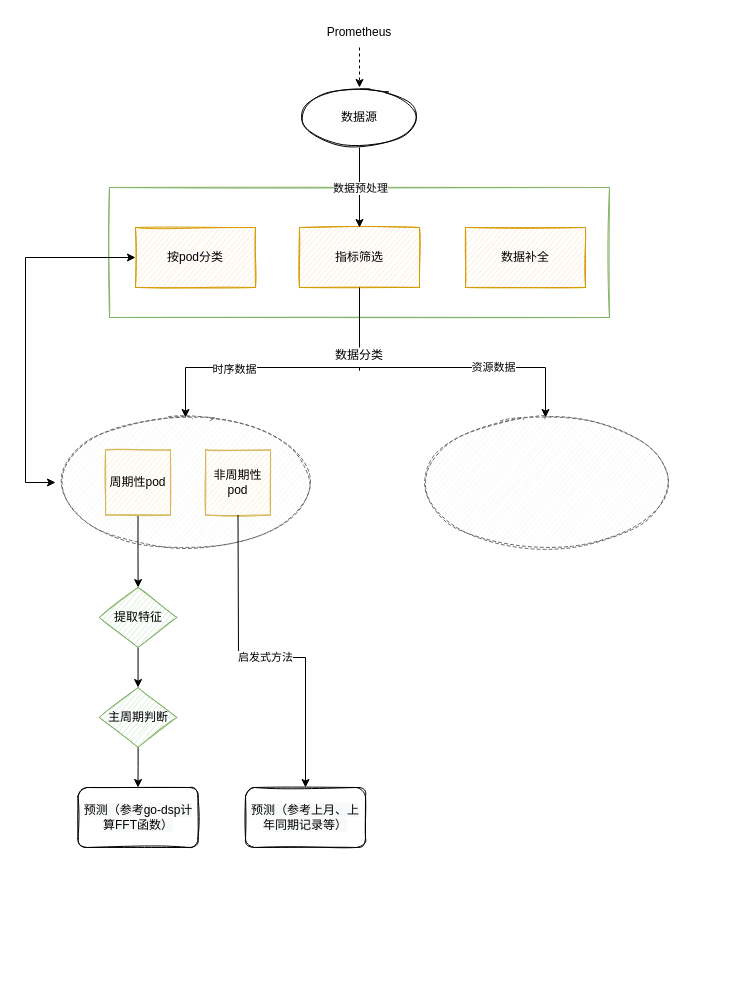
This is page "Page-1" (1 of 2) of Untitled Diagram.drawio from 20160920/draw-picture, a draw.io file, before an edit. Source tidied: cells renumbered, new cells numbered last; positions are measured from the earlier drawing's top-left corner, leaving out a move shared by most shapes. Both pictures are drawn from the tidied source at 100%, with x=0, y=0 at pixel (25, 17).
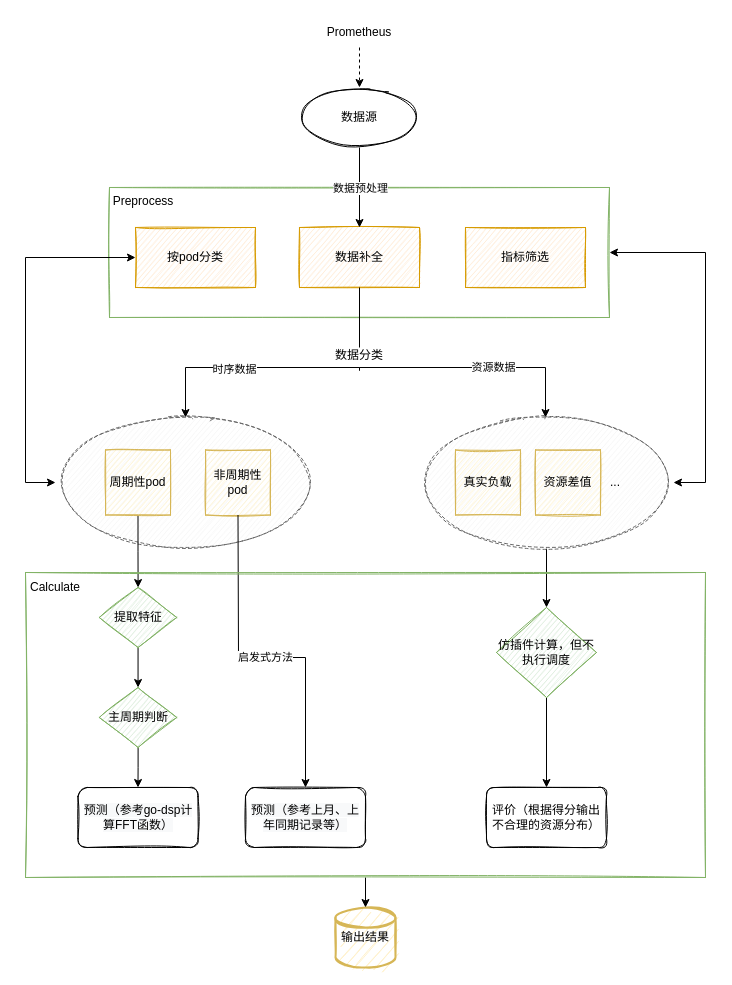
After the change.

Commit message:
调度评价工具.drawio

Unchanged cells that the change refers to:
```xml
<mxCell id="5" style="rounded=0;whiteSpace=wrap;html=1;sketch=1;fillColor=#FFFFFF;strokeColor=#82b366;" parent="1" vertex="1">
  <mxGeometry x="84" y="170" width="500" height="130" as="geometry" />
</mxCell>
<mxCell id="18" style="ellipse;whiteSpace=wrap;html=1;sketch=1;fillColor=#f5f5f5;dashed=1;fontColor=#333333;strokeColor=#666666;" parent="1" vertex="1">
  <mxGeometry x="394" y="400" width="254" height="130" as="geometry" />
</mxCell>
```

Diff of the diagram source:
```diff
@@
-    <mxCell id="7" value="指标筛选" style="rounded=0;whiteSpace=wrap;html=1;sketch=1;fillColor=#ffe6cc;strokeColor=#d79b00;" parent="1" vertex="1">
+    <mxCell id="7" value="数据补全" style="rounded=0;whiteSpace=wrap;html=1;sketch=1;fillColor=#ffe6cc;strokeColor=#d79b00;" parent="1" vertex="1">
       <mxGeometry x="274" y="210" width="120" height="60" as="geometry" />
     </mxCell>
-    <mxCell id="8" value="数据补全" style="rounded=0;whiteSpace=wrap;html=1;sketch=1;fillColor=#ffe6cc;strokeColor=#d79b00;" parent="1" vertex="1">
+    <mxCell id="8" value="指标筛选" style="rounded=0;whiteSpace=wrap;html=1;sketch=1;fillColor=#ffe6cc;strokeColor=#d79b00;" parent="1" vertex="1">
       <mxGeometry x="440" y="210" width="120" height="60" as="geometry" />
     </mxCell>
@@
+    <mxCell id="30" style="edgeStyle=orthogonalEdgeStyle;rounded=0;jettySize=auto;html=1;" parent="1" edge="1" source="18" target="35">
+      <mxGeometry relative="1" as="geometry" />
+    </mxCell>
@@
+    <mxCell id="31" value="真实负载" style="whiteSpace=wrap;html=1;sketch=1;fillColor=#fff2cc;strokeColor=#d6b656;" parent="1" vertex="1">
+      <mxGeometry x="430" y="432.5" width="65" height="65" as="geometry" />
+    </mxCell>
+    <mxCell id="32" value="资源差值" style="whiteSpace=wrap;html=1;sketch=1;fillColor=#fff2cc;strokeColor=#d6b656;" parent="1" vertex="1">
+      <mxGeometry x="510" y="432.5" width="65" height="65" as="geometry" />
+    </mxCell>
+    <mxCell id="33" value="..." style="text;html=1;strokeColor=none;fillColor=none;align=center;verticalAlign=middle;whiteSpace=wrap;rounded=0;sketch=1;" parent="1" vertex="1">
+      <mxGeometry x="560" y="450" width="60" height="30" as="geometry" />
+    </mxCell>
+    <mxCell id="34" style="edgeStyle=orthogonalEdgeStyle;rounded=0;jettySize=auto;html=1;" parent="1" edge="1" source="35" target="37">
+      <mxGeometry relative="1" as="geometry" />
+    </mxCell>
+    <mxCell id="35" value="仿插件计算，但不执行调度" style="rhombus;whiteSpace=wrap;html=1;sketch=1;fillColor=#d5e8d4;strokeColor=#82b366;" parent="1" vertex="1">
+      <mxGeometry x="471" y="590" width="100" height="90" as="geometry" />
+    </mxCell>
+    <mxCell id="36" style="endArrow=classic;startArrow=classic;html=1;rounded=0;exitX=1;exitY=0.5;exitDx=0;exitDy=0;entryX=1;entryY=0.5;entryDx=0;entryDy=0;" parent="1" edge="1" source="18" target="5">
+      <mxGeometry relative="1" as="geometry">
+        <Array as="points">
+          <mxPoint x="680" y="465" />
+          <mxPoint x="680" y="235" />
+        </Array>
+      </mxGeometry>
+    </mxCell>
+    <mxCell id="37" value="评价（根据得分输出不合理的资源分布）" style="rounded=1;whiteSpace=wrap;html=1;sketch=1;" parent="1" vertex="1">
+      <mxGeometry x="461" y="770" width="120" height="60" as="geometry" />
+    </mxCell>
+    <mxCell id="38" value="输出结果" style="strokeWidth=2;html=1;shape=mxgraph.flowchart.database;whiteSpace=wrap;sketch=1;fillColor=#fff2cc;strokeColor=#d6b656;" parent="1" vertex="1">
+      <mxGeometry x="310" y="890" width="60" height="60" as="geometry" />
+    </mxCell>
+    <mxCell id="39" style="edgeStyle=orthogonalEdgeStyle;rounded=0;jettySize=auto;html=1;" parent="1" edge="1" source="40" target="38">
+      <mxGeometry relative="1" as="geometry" />
+    </mxCell>
+    <mxCell id="40" style="verticalLabelPosition=bottom;verticalAlign=top;html=1;shape=mxgraph.basic.rect;fillColor2=none;strokeWidth=1;size=20;indent=5;sketch=1;fillColor=none;strokeColor=#82b366;" parent="1" vertex="1">
+      <mxGeometry y="555" width="680" height="305" as="geometry" />
+    </mxCell>
+    <mxCell id="41" value="Calculate" style="text;html=1;strokeColor=none;fillColor=none;align=center;verticalAlign=middle;whiteSpace=wrap;rounded=0;sketch=1;" parent="1" vertex="1">
+      <mxGeometry y="555" width="60" height="30" as="geometry" />
+    </mxCell>
+    <mxCell id="42" value="Preprocess" style="text;html=1;strokeColor=none;fillColor=none;align=center;verticalAlign=middle;whiteSpace=wrap;rounded=0;sketch=1;" parent="1" vertex="1">
+      <mxGeometry x="88.2" y="169" width="60" height="30" as="geometry" />
+    </mxCell>
```
